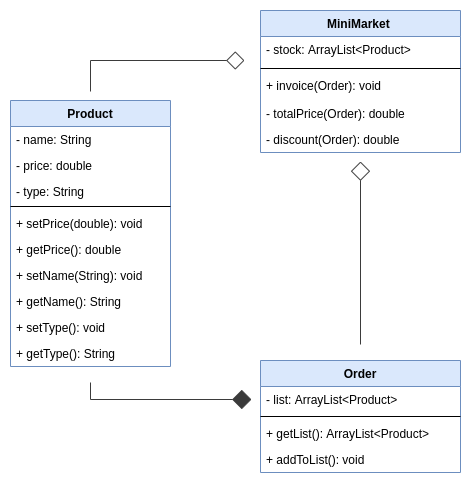
Earlier version of the draw.io export miniMarket/ClassDiagram/ClassDiagram.png (juanzq10dev/USB-Progra-I). Source tidied: cells renumbered, new cells last; positions are measured from the earlier drawing's top-left corner, leaving out a move shared by most shapes. Source of this version:
```xml
<mxGraphModel>
  <root>
    <mxCell id="0" />
    <mxCell id="1" parent="0" />
    <mxCell id="2" style="edgeStyle=orthogonalEdgeStyle;rounded=0;jettySize=auto;html=1;startArrow=diamond;startFill=0;endArrow=none;endFill=0;startSize=16;endSize=17;sourcePerimeterSpacing=16;targetPerimeterSpacing=9;strokeColor=#3B3B3B;strokeWidth=1;" parent="1" edge="1" source="3" target="10">
      <mxGeometry relative="1" as="geometry">
        <Array as="points">
          <mxPoint x="80" y="50" />
        </Array>
      </mxGeometry>
    </mxCell>
    <mxCell id="3" value="MiniMarket " style="swimlane;fontStyle=1;align=center;verticalAlign=top;horizontal=1;startSize=26;fillColor=#dae8fc;strokeColor=#6c8ebf;" parent="1" vertex="1">
      <mxGeometry x="250" width="200" height="142" as="geometry" />
    </mxCell>
    <mxCell id="4" value="- stock: ArrayList&lt;Product&gt;" style="text;strokeColor=none;fillColor=none;align=left;verticalAlign=top;spacingLeft=4;spacingRight=4;overflow=hidden;" parent="3" vertex="1">
      <mxGeometry y="26" width="200" height="28" as="geometry" />
    </mxCell>
    <mxCell id="5" style="line;strokeWidth=1;fillColor=none;align=left;verticalAlign=middle;spacingTop=-1;spacingLeft=3;spacingRight=3;labelPosition=right;" parent="3" vertex="1">
      <mxGeometry y="54" width="200" height="8" as="geometry" />
    </mxCell>
    <mxCell id="6" value="+ invoice(Order): void" style="text;strokeColor=none;fillColor=none;align=left;verticalAlign=top;spacingLeft=4;spacingRight=4;overflow=hidden;" parent="3" vertex="1">
      <mxGeometry y="62" width="200" height="28" as="geometry" />
    </mxCell>
    <mxCell id="7" value="- totalPrice(Order): double" style="text;strokeColor=none;fillColor=none;align=left;verticalAlign=top;spacingLeft=4;spacingRight=4;overflow=hidden;" parent="3" vertex="1">
      <mxGeometry y="90" width="200" height="26" as="geometry" />
    </mxCell>
    <mxCell id="8" value="- discount(Order): double" style="text;strokeColor=none;fillColor=none;align=left;verticalAlign=top;spacingLeft=4;spacingRight=4;overflow=hidden;" parent="3" vertex="1">
      <mxGeometry y="116" width="200" height="26" as="geometry" />
    </mxCell>
    <mxCell id="9" style="edgeStyle=orthogonalEdgeStyle;rounded=0;jettySize=auto;html=1;startArrow=none;startFill=0;endArrow=diamond;endFill=1;startSize=16;endSize=17;sourcePerimeterSpacing=16;targetPerimeterSpacing=9;strokeColor=#3B3B3B;strokeWidth=1;" parent="1" edge="1" source="10" target="23">
      <mxGeometry relative="1" as="geometry" />
    </mxCell>
    <mxCell id="10" value="Product" style="swimlane;fontStyle=1;align=center;verticalAlign=top;horizontal=1;startSize=26;fillColor=#dae8fc;strokeColor=#6c8ebf;" parent="1" vertex="1">
      <mxGeometry y="90" width="160" height="266" as="geometry" />
    </mxCell>
    <mxCell id="11" value="- name: String" style="text;strokeColor=none;fillColor=none;align=left;verticalAlign=top;spacingLeft=4;spacingRight=4;overflow=hidden;" parent="10" vertex="1">
      <mxGeometry y="26" width="160" height="26" as="geometry" />
    </mxCell>
    <mxCell id="12" value="- price: double" style="text;strokeColor=none;fillColor=none;align=left;verticalAlign=top;spacingLeft=4;spacingRight=4;overflow=hidden;" parent="10" vertex="1">
      <mxGeometry y="52" width="160" height="26" as="geometry" />
    </mxCell>
    <mxCell id="13" value="- type: String" style="text;strokeColor=none;fillColor=none;align=left;verticalAlign=top;spacingLeft=4;spacingRight=4;overflow=hidden;" parent="10" vertex="1">
      <mxGeometry y="78" width="160" height="24" as="geometry" />
    </mxCell>
    <mxCell id="14" style="line;strokeWidth=1;fillColor=none;align=left;verticalAlign=middle;spacingTop=-1;spacingLeft=3;spacingRight=3;labelPosition=right;" parent="10" vertex="1">
      <mxGeometry y="102" width="160" height="8" as="geometry" />
    </mxCell>
    <mxCell id="15" value="+ setPrice(double): void" style="text;strokeColor=none;fillColor=none;align=left;verticalAlign=top;spacingLeft=4;spacingRight=4;overflow=hidden;" parent="10" vertex="1">
      <mxGeometry y="110" width="160" height="26" as="geometry" />
    </mxCell>
    <mxCell id="16" value="+ getPrice(): double" style="text;strokeColor=none;fillColor=none;align=left;verticalAlign=top;spacingLeft=4;spacingRight=4;overflow=hidden;" parent="10" vertex="1">
      <mxGeometry y="136" width="160" height="26" as="geometry" />
    </mxCell>
    <mxCell id="17" value="+ setName(String): void" style="text;strokeColor=none;fillColor=none;align=left;verticalAlign=top;spacingLeft=4;spacingRight=4;overflow=hidden;" parent="10" vertex="1">
      <mxGeometry y="162" width="160" height="26" as="geometry" />
    </mxCell>
    <mxCell id="18" value="+ getName(): String" style="text;strokeColor=none;fillColor=none;align=left;verticalAlign=top;spacingLeft=4;spacingRight=4;overflow=hidden;" parent="10" vertex="1">
      <mxGeometry y="188" width="160" height="26" as="geometry" />
    </mxCell>
    <mxCell id="19" value="+ setType(): void" style="text;strokeColor=none;fillColor=none;align=left;verticalAlign=top;spacingLeft=4;spacingRight=4;overflow=hidden;" parent="10" vertex="1">
      <mxGeometry y="214" width="160" height="26" as="geometry" />
    </mxCell>
    <mxCell id="20" value="+ getType(): String " style="text;strokeColor=none;fillColor=none;align=left;verticalAlign=top;spacingLeft=4;spacingRight=4;overflow=hidden;" parent="10" vertex="1">
      <mxGeometry y="240" width="160" height="26" as="geometry" />
    </mxCell>
    <mxCell id="21" style="edgeStyle=orthogonalEdgeStyle;rounded=0;jettySize=auto;html=1;startArrow=none;startFill=0;endArrow=diamond;endFill=0;startSize=16;endSize=17;sourcePerimeterSpacing=16;targetPerimeterSpacing=9;strokeColor=#3B3B3B;strokeWidth=1;" parent="1" edge="1" source="22" target="3">
      <mxGeometry relative="1" as="geometry" />
    </mxCell>
    <mxCell id="22" value="Order" style="swimlane;fontStyle=1;align=center;verticalAlign=top;horizontal=1;startSize=26;fillColor=#dae8fc;strokeColor=#6c8ebf;" parent="1" vertex="1">
      <mxGeometry x="250" y="350" width="200" height="112" as="geometry" />
    </mxCell>
    <mxCell id="23" value="- list: ArrayList&lt;Product&gt;" style="text;strokeColor=none;fillColor=none;align=left;verticalAlign=top;spacingLeft=4;spacingRight=4;overflow=hidden;points=[[0,0.5],[1,0.5]];portConstraint=eastwest;" parent="22" vertex="1">
      <mxGeometry y="26" width="200" height="26" as="geometry" />
    </mxCell>
    <mxCell id="24" style="line;strokeWidth=1;fillColor=none;align=left;verticalAlign=middle;spacingTop=-1;spacingLeft=3;spacingRight=3;labelPosition=right;" parent="22" vertex="1">
      <mxGeometry y="52" width="200" height="8" as="geometry" />
    </mxCell>
    <mxCell id="25" value="+ getList(): ArrayList&lt;Product&gt;" style="text;strokeColor=none;fillColor=none;align=left;verticalAlign=top;spacingLeft=4;spacingRight=4;overflow=hidden;" parent="22" vertex="1">
      <mxGeometry y="60" width="200" height="26" as="geometry" />
    </mxCell>
    <mxCell id="26" value="+ addToList(): void" style="text;strokeColor=none;fillColor=none;align=left;verticalAlign=top;spacingLeft=4;spacingRight=4;overflow=hidden;" parent="22" vertex="1">
      <mxGeometry y="86" width="200" height="26" as="geometry" />
    </mxCell>
  </root>
</mxGraphModel>
```
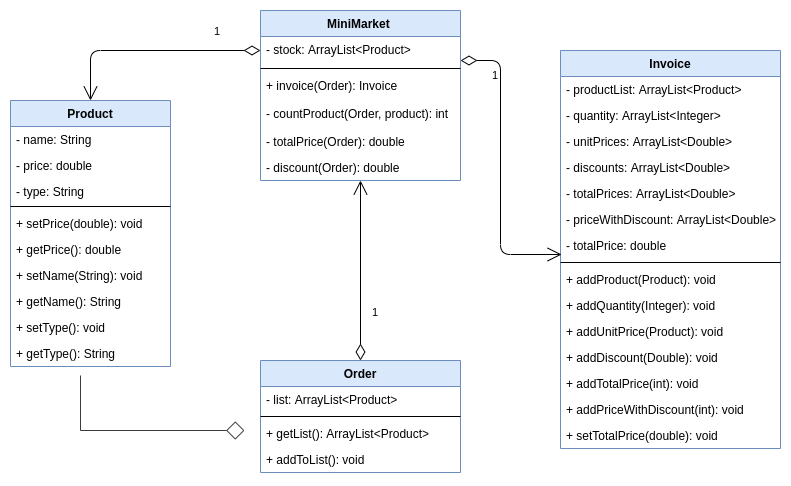
Later version of the same file.

Commit message:
Diagram UML modified

The edit, as a diff of the source:
```diff
@@ -2,15 +2,8 @@
   <root>
     <mxCell id="0" />
     <mxCell id="1" parent="0" />
-    <mxCell id="2" style="edgeStyle=orthogonalEdgeStyle;rounded=0;jettySize=auto;html=1;startArrow=diamond;startFill=0;endArrow=none;endFill=0;startSize=16;endSize=17;sourcePerimeterSpacing=16;targetPerimeterSpacing=9;strokeColor=#3B3B3B;strokeWidth=1;" parent="1" edge="1" source="3" target="10">
-      <mxGeometry relative="1" as="geometry">
-        <Array as="points">
-          <mxPoint x="80" y="50" />
-        </Array>
-      </mxGeometry>
-    </mxCell>
     <mxCell id="3" value="MiniMarket " style="swimlane;fontStyle=1;align=center;verticalAlign=top;horizontal=1;startSize=26;fillColor=#dae8fc;strokeColor=#6c8ebf;" parent="1" vertex="1">
-      <mxGeometry x="250" width="200" height="142" as="geometry" />
+      <mxGeometry x="250" width="200" height="170" as="geometry" />
     </mxCell>
     <mxCell id="4" value="- stock: ArrayList&lt;Product&gt;" style="text;strokeColor=none;fillColor=none;align=left;verticalAlign=top;spacingLeft=4;spacingRight=4;overflow=hidden;" parent="3" vertex="1">
       <mxGeometry y="26" width="200" height="28" as="geometry" />
@@ -18,18 +11,18 @@
     <mxCell id="5" style="line;strokeWidth=1;fillColor=none;align=left;verticalAlign=middle;spacingTop=-1;spacingLeft=3;spacingRight=3;labelPosition=right;" parent="3" vertex="1">
       <mxGeometry y="54" width="200" height="8" as="geometry" />
     </mxCell>
-    <mxCell id="6" value="+ invoice(Order): void" style="text;strokeColor=none;fillColor=none;align=left;verticalAlign=top;spacingLeft=4;spacingRight=4;overflow=hidden;" parent="3" vertex="1">
+    <mxCell id="6" value="+ invoice(Order): Invoice" style="text;strokeColor=none;fillColor=none;align=left;verticalAlign=top;spacingLeft=4;spacingRight=4;overflow=hidden;" parent="3" vertex="1">
       <mxGeometry y="62" width="200" height="28" as="geometry" />
     </mxCell>
+    <mxCell id="27" value="- countProduct(Order, product): int" style="text;strokeColor=none;fillColor=none;align=left;verticalAlign=top;spacingLeft=4;spacingRight=4;overflow=hidden;" parent="3" vertex="1">
+      <mxGeometry y="90" width="200" height="28" as="geometry" />
+    </mxCell>
     <mxCell id="7" value="- totalPrice(Order): double" style="text;strokeColor=none;fillColor=none;align=left;verticalAlign=top;spacingLeft=4;spacingRight=4;overflow=hidden;" parent="3" vertex="1">
-      <mxGeometry y="90" width="200" height="26" as="geometry" />
+      <mxGeometry y="118" width="200" height="26" as="geometry" />
     </mxCell>
     <mxCell id="8" value="- discount(Order): double" style="text;strokeColor=none;fillColor=none;align=left;verticalAlign=top;spacingLeft=4;spacingRight=4;overflow=hidden;" parent="3" vertex="1">
-      <mxGeometry y="116" width="200" height="26" as="geometry" />
+      <mxGeometry y="144" width="200" height="26" as="geometry" />
     </mxCell>
-    <mxCell id="9" style="edgeStyle=orthogonalEdgeStyle;rounded=0;jettySize=auto;html=1;startArrow=none;startFill=0;endArrow=diamond;endFill=1;startSize=16;endSize=17;sourcePerimeterSpacing=16;targetPerimeterSpacing=9;strokeColor=#3B3B3B;strokeWidth=1;" parent="1" edge="1" source="10" target="23">
-      <mxGeometry relative="1" as="geometry" />
-    </mxCell>
     <mxCell id="10" value="Product" style="swimlane;fontStyle=1;align=center;verticalAlign=top;horizontal=1;startSize=26;fillColor=#dae8fc;strokeColor=#6c8ebf;" parent="1" vertex="1">
       <mxGeometry y="90" width="160" height="266" as="geometry" />
     </mxCell>
@@ -63,9 +56,6 @@
     <mxCell id="20" value="+ getType(): String " style="text;strokeColor=none;fillColor=none;align=left;verticalAlign=top;spacingLeft=4;spacingRight=4;overflow=hidden;" parent="10" vertex="1">
       <mxGeometry y="240" width="160" height="26" as="geometry" />
     </mxCell>
-    <mxCell id="21" style="edgeStyle=orthogonalEdgeStyle;rounded=0;jettySize=auto;html=1;startArrow=none;startFill=0;endArrow=diamond;endFill=0;startSize=16;endSize=17;sourcePerimeterSpacing=16;targetPerimeterSpacing=9;strokeColor=#3B3B3B;strokeWidth=1;" parent="1" edge="1" source="22" target="3">
-      <mxGeometry relative="1" as="geometry" />
-    </mxCell>
     <mxCell id="22" value="Order" style="swimlane;fontStyle=1;align=center;verticalAlign=top;horizontal=1;startSize=26;fillColor=#dae8fc;strokeColor=#6c8ebf;" parent="1" vertex="1">
       <mxGeometry x="250" y="350" width="200" height="112" as="geometry" />
     </mxCell>
@@ -81,5 +71,84 @@
     <mxCell id="26" value="+ addToList(): void" style="text;strokeColor=none;fillColor=none;align=left;verticalAlign=top;spacingLeft=4;spacingRight=4;overflow=hidden;" parent="22" vertex="1">
       <mxGeometry y="86" width="200" height="26" as="geometry" />
     </mxCell>
+    <mxCell id="28" value="Invoice" style="swimlane;fontStyle=1;align=center;verticalAlign=top;horizontal=1;startSize=26;fillColor=#dae8fc;strokeColor=#6c8ebf;" parent="1" vertex="1">
+      <mxGeometry x="550" y="40" width="220" height="398" as="geometry" />
+    </mxCell>
+    <mxCell id="29" value="- productList: ArrayList&lt;Product&gt;" style="text;strokeColor=none;fillColor=none;align=left;verticalAlign=top;spacingLeft=4;spacingRight=4;overflow=hidden;" parent="28" vertex="1">
+      <mxGeometry y="26" width="220" height="26" as="geometry" />
+    </mxCell>
+    <mxCell id="30" value="- quantity: ArrayList&lt;Integer&gt;" style="text;strokeColor=none;fillColor=none;align=left;verticalAlign=top;spacingLeft=4;spacingRight=4;overflow=hidden;" parent="28" vertex="1">
+      <mxGeometry y="52" width="220" height="26" as="geometry" />
+    </mxCell>
+    <mxCell id="31" value="- unitPrices: ArrayList&lt;Double&gt;" style="text;strokeColor=none;fillColor=none;align=left;verticalAlign=top;spacingLeft=4;spacingRight=4;overflow=hidden;" parent="28" vertex="1">
+      <mxGeometry y="78" width="220" height="26" as="geometry" />
+    </mxCell>
+    <mxCell id="32" value="- discounts: ArrayList&lt;Double&gt;" style="text;strokeColor=none;fillColor=none;align=left;verticalAlign=top;spacingLeft=4;spacingRight=4;overflow=hidden;" parent="28" vertex="1">
+      <mxGeometry y="104" width="220" height="26" as="geometry" />
+    </mxCell>
+    <mxCell id="33" value="- totalPrices: ArrayList&lt;Double&gt;" style="text;strokeColor=none;fillColor=none;align=left;verticalAlign=top;spacingLeft=4;spacingRight=4;overflow=hidden;" parent="28" vertex="1">
+      <mxGeometry y="130" width="220" height="26" as="geometry" />
+    </mxCell>
+    <mxCell id="34" value="- priceWithDiscount: ArrayList&lt;Double&gt;" style="text;strokeColor=none;fillColor=none;align=left;verticalAlign=top;spacingLeft=4;spacingRight=4;overflow=hidden;" parent="28" vertex="1">
+      <mxGeometry y="156" width="220" height="26" as="geometry" />
+    </mxCell>
+    <mxCell id="35" value="- totalPrice: double" style="text;strokeColor=none;fillColor=none;align=left;verticalAlign=top;spacingLeft=4;spacingRight=4;overflow=hidden;points=[[0,0.5],[1,0.5]];portConstraint=eastwest;" parent="28" vertex="1">
+      <mxGeometry y="182" width="220" height="26" as="geometry" />
+    </mxCell>
+    <mxCell id="36" style="line;strokeWidth=1;fillColor=none;align=left;verticalAlign=middle;spacingTop=-1;spacingLeft=3;spacingRight=3;labelPosition=right;" parent="28" vertex="1">
+      <mxGeometry y="208" width="220" height="8" as="geometry" />
+    </mxCell>
+    <mxCell id="37" value="+ addProduct(Product): void" style="text;strokeColor=none;fillColor=none;align=left;verticalAlign=top;spacingLeft=4;spacingRight=4;overflow=hidden;" parent="28" vertex="1">
+      <mxGeometry y="216" width="220" height="26" as="geometry" />
+    </mxCell>
+    <mxCell id="38" value="+ addQuantity(Integer): void" style="text;strokeColor=none;fillColor=none;align=left;verticalAlign=top;spacingLeft=4;spacingRight=4;overflow=hidden;" parent="28" vertex="1">
+      <mxGeometry y="242" width="220" height="26" as="geometry" />
+    </mxCell>
+    <mxCell id="39" value="+ addUnitPrice(Product): void" style="text;strokeColor=none;fillColor=none;align=left;verticalAlign=top;spacingLeft=4;spacingRight=4;overflow=hidden;" parent="28" vertex="1">
+      <mxGeometry y="268" width="220" height="26" as="geometry" />
+    </mxCell>
+    <mxCell id="40" value="+ addDiscount(Double): void" style="text;strokeColor=none;fillColor=none;align=left;verticalAlign=top;spacingLeft=4;spacingRight=4;overflow=hidden;" parent="28" vertex="1">
+      <mxGeometry y="294" width="220" height="26" as="geometry" />
+    </mxCell>
+    <mxCell id="41" value="+ addTotalPrice(int): void" style="text;strokeColor=none;fillColor=none;align=left;verticalAlign=top;spacingLeft=4;spacingRight=4;overflow=hidden;" parent="28" vertex="1">
+      <mxGeometry y="320" width="220" height="26" as="geometry" />
+    </mxCell>
+    <mxCell id="42" value="+ addPriceWithDiscount(int): void" style="text;strokeColor=none;fillColor=none;align=left;verticalAlign=top;spacingLeft=4;spacingRight=4;overflow=hidden;" parent="28" vertex="1">
+      <mxGeometry y="346" width="220" height="26" as="geometry" />
+    </mxCell>
+    <mxCell id="43" value="+ setTotalPrice(double): void" style="text;strokeColor=none;fillColor=none;align=left;verticalAlign=top;spacingLeft=4;spacingRight=4;overflow=hidden;" parent="28" vertex="1">
+      <mxGeometry y="372" width="220" height="26" as="geometry" />
+    </mxCell>
+    <mxCell id="44" style="edgeStyle=orthogonalEdgeStyle;rounded=0;jettySize=auto;html=1;startArrow=diamond;startFill=0;endArrow=none;endFill=0;startSize=16;endSize=17;sourcePerimeterSpacing=16;targetPerimeterSpacing=9;strokeColor=#3B3B3B;strokeWidth=1;" parent="1" edge="1" source="22" target="10">
+      <mxGeometry relative="1" as="geometry">
+        <Array as="points">
+          <mxPoint x="70" y="420" />
+        </Array>
+      </mxGeometry>
+    </mxCell>
+    <mxCell id="45" value="1" style="endArrow=open;html=1;endSize=12;startArrow=diamondThin;startSize=14;startFill=0;edgeStyle=orthogonalEdgeStyle;align=left;verticalAlign=bottom;entryX=0.5;entryY=0;entryDx=0;entryDy=0;" parent="1" edge="1" target="10">
+      <mxGeometry x="-0.57" y="-10" relative="1" as="geometry">
+        <mxPoint x="250" y="40" as="sourcePoint" />
+        <Array as="points">
+          <mxPoint x="80" y="40" />
+        </Array>
+      </mxGeometry>
+    </mxCell>
+    <mxCell id="46" value="1" style="endArrow=open;html=1;endSize=12;startArrow=diamondThin;startSize=14;startFill=0;edgeStyle=orthogonalEdgeStyle;align=left;verticalAlign=bottom;entryX=0.005;entryY=0.846;entryDx=0;entryDy=0;entryPerimeter=0;" parent="1" edge="1" source="3" target="35">
+      <mxGeometry x="-0.57" y="-10" relative="1" as="geometry">
+        <Array as="points">
+          <mxPoint x="490" y="50" />
+          <mxPoint x="490" y="244" />
+        </Array>
+      </mxGeometry>
+    </mxCell>
+    <mxCell id="21" value="1" style="endArrow=open;html=1;endSize=12;startArrow=diamondThin;startSize=14;startFill=0;edgeStyle=orthogonalEdgeStyle;align=left;verticalAlign=bottom;" parent="1" edge="1" source="22" target="3">
+      <mxGeometry x="-0.57" y="-10" relative="1" as="geometry">
+        <Array as="points">
+          <mxPoint x="350" y="390" />
+          <mxPoint x="350" y="390" />
+        </Array>
+      </mxGeometry>
+    </mxCell>
   </root>
 </mxGraphModel>
```
